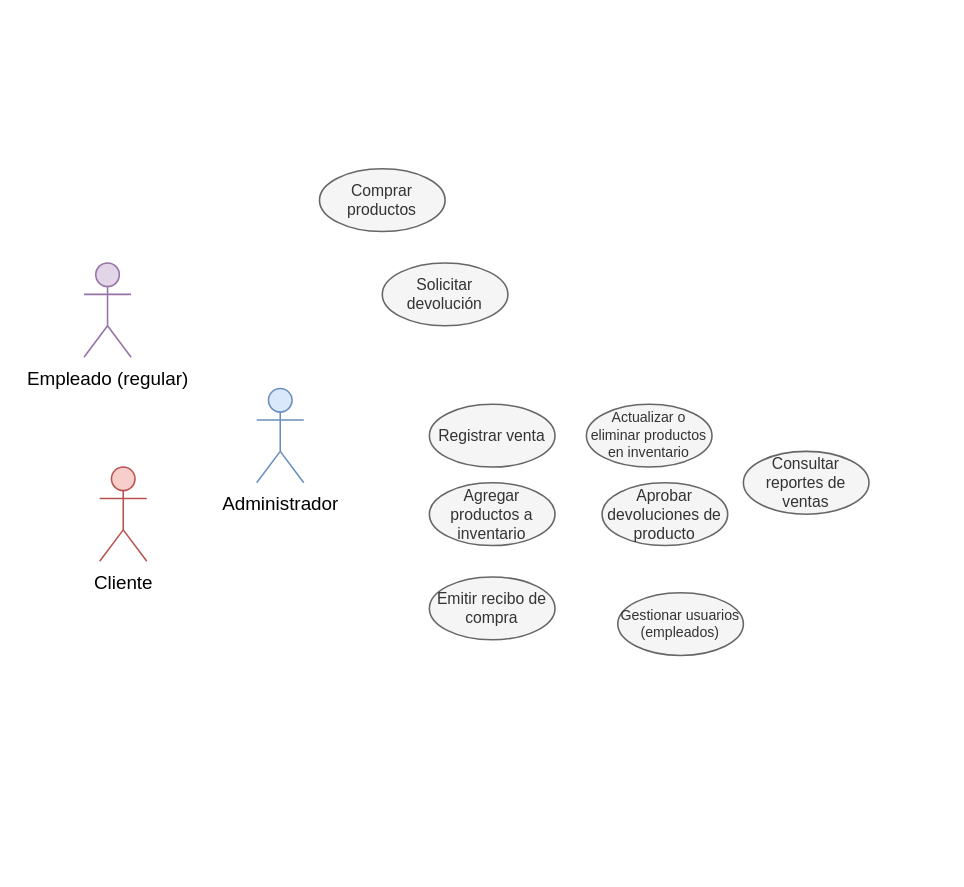
Before: Diagrama Casos de Uso Ing. Software.drawio in misiomishi/itcj, a draw.io diagram. Source tidied: cells renumbered, new cells numbered last; positions are measured from the earlier drawing's top-left corner, leaving out a move shared by most shapes. Both pictures are drawn from the tidied source at 157%, with x=0, y=0 at pixel (83, 168).
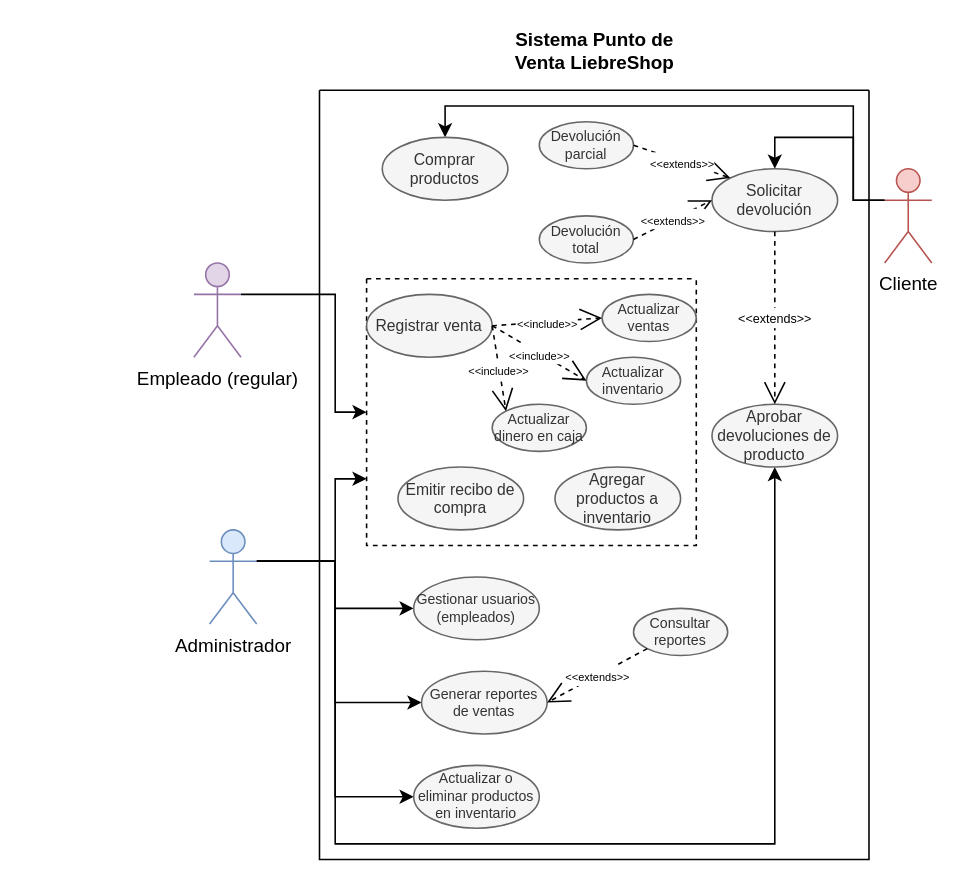
Above is the later version.

What changed in the source:
```diff
@@
+    <mxCell id="14" style="edgeStyle=orthogonalEdgeStyle;rounded=0;jettySize=auto;html=1;exitX=1;exitY=0.3333333333333333;exitDx=0;exitDy=0;exitPerimeter=0;entryX=0;entryY=0.5;entryDx=0;entryDy=0;" parent="1" edge="1" source="2" target="24">
+      <mxGeometry relative="1" as="geometry">
+        <Array as="points">
+          <mxPoint x="160" y="80" />
+          <mxPoint x="160" y="155" />
+        </Array>
+      </mxGeometry>
+    </mxCell>
     <mxCell id="2" value="Empleado (regular)" style="shape=umlActor;verticalLabelPosition=bottom;verticalAlign=top;html=1;outlineConnect=0;fillColor=#e1d5e7;strokeColor=#9673a6;" parent="1" vertex="1">
-      <mxGeometry y="60" width="30" height="60" as="geometry" />
+      <mxGeometry x="70" y="60" width="30" height="60" as="geometry" />
     </mxCell>
+    <mxCell id="15" style="edgeStyle=orthogonalEdgeStyle;rounded=0;jettySize=auto;html=1;exitX=0;exitY=0.3333333333333333;exitDx=0;exitDy=0;exitPerimeter=0;entryX=0.5;entryY=0;entryDx=0;entryDy=0;" parent="1" edge="1" source="3" target="6">
+      <mxGeometry relative="1" as="geometry">
+        <Array as="points">
+          <mxPoint x="490" y="20" />
+          <mxPoint x="490" y="-20" />
+          <mxPoint x="440" y="-20" />
+        </Array>
+      </mxGeometry>
+    </mxCell>
+    <mxCell id="16" style="edgeStyle=orthogonalEdgeStyle;rounded=0;jettySize=auto;html=1;exitX=0;exitY=0.3333333333333333;exitDx=0;exitDy=0;exitPerimeter=0;entryX=0.5;entryY=0;entryDx=0;entryDy=0;" parent="1" edge="1" source="3" target="5">
+      <mxGeometry relative="1" as="geometry">
+        <Array as="points">
+          <mxPoint x="490" y="20" />
+          <mxPoint x="490" y="-40" />
+          <mxPoint x="230" y="-40" />
+        </Array>
+      </mxGeometry>
+    </mxCell>
     <mxCell id="3" value="Cliente" style="shape=umlActor;verticalLabelPosition=bottom;verticalAlign=top;html=1;outlineConnect=0;fillColor=#f8cecc;strokeColor=#b85450;" parent="1" vertex="1">
-      <mxGeometry x="10" y="190" width="30" height="60" as="geometry" />
+      <mxGeometry x="510" width="30" height="60" as="geometry" />
     </mxCell>
+    <mxCell id="17" style="edgeStyle=orthogonalEdgeStyle;rounded=0;jettySize=auto;html=1;exitX=1;exitY=0.3333333333333333;exitDx=0;exitDy=0;exitPerimeter=0;entryX=0;entryY=0.5;entryDx=0;entryDy=0;" parent="1" edge="1" source="4" target="12">
+      <mxGeometry relative="1" as="geometry" />
+    </mxCell>
+    <mxCell id="18" style="edgeStyle=orthogonalEdgeStyle;rounded=0;jettySize=auto;html=1;exitX=1;exitY=0.3333333333333333;exitDx=0;exitDy=0;exitPerimeter=0;entryX=0;entryY=0.75;entryDx=0;entryDy=0;" parent="1" edge="1" source="4" target="24">
+      <mxGeometry relative="1" as="geometry">
+        <Array as="points">
+          <mxPoint x="160" y="250" />
+          <mxPoint x="160" y="197" />
+        </Array>
+      </mxGeometry>
+    </mxCell>
+    <mxCell id="19" style="edgeStyle=orthogonalEdgeStyle;rounded=0;jettySize=auto;html=1;exitX=1;exitY=0.3333333333333333;exitDx=0;exitDy=0;exitPerimeter=0;entryX=0;entryY=0.5;entryDx=0;entryDy=0;" parent="1" edge="1" source="4" target="35">
+      <mxGeometry relative="1" as="geometry">
+        <Array as="points">
+          <mxPoint x="160" y="250" />
+          <mxPoint x="160" y="340" />
+        </Array>
+      </mxGeometry>
+    </mxCell>
+    <mxCell id="20" style="edgeStyle=orthogonalEdgeStyle;rounded=0;jettySize=auto;html=1;exitX=1;exitY=0.3333333333333333;exitDx=0;exitDy=0;exitPerimeter=0;entryX=0;entryY=0.5;entryDx=0;entryDy=0;" parent="1" edge="1" source="4" target="10">
+      <mxGeometry relative="1" as="geometry" />
+    </mxCell>
+    <mxCell id="21" style="edgeStyle=orthogonalEdgeStyle;rounded=0;jettySize=auto;html=1;exitX=1;exitY=0.3333333333333333;exitDx=0;exitDy=0;exitPerimeter=0;entryX=0.5;entryY=1;entryDx=0;entryDy=0;" parent="1" edge="1" source="4" target="11">
+      <mxGeometry relative="1" as="geometry">
+        <Array as="points">
+          <mxPoint x="160" y="250" />
+          <mxPoint x="160" y="430" />
+          <mxPoint x="440" y="430" />
+        </Array>
+      </mxGeometry>
+    </mxCell>
     <mxCell id="4" value="Administrador" style="shape=umlActor;verticalLabelPosition=bottom;verticalAlign=top;html=1;outlineConnect=0;fillColor=#dae8fc;strokeColor=#6c8ebf;" parent="1" vertex="1">
-      <mxGeometry x="110" y="140" width="30" height="60" as="geometry" />
+      <mxGeometry x="80" y="230" width="30" height="60" as="geometry" />
     </mxCell>
+    <mxCell id="22" style="swimlane;startSize=0;" parent="1" vertex="1">
+      <mxGeometry x="150" y="-50" width="350" height="490" as="geometry" />
+    </mxCell>
-    <mxCell id="5" value="Comprar productos" style="ellipse;whiteSpace=wrap;html=1;fontSize=10;fillColor=#f5f5f5;fontColor=#333333;strokeColor=#666666;" parent="1" vertex="1">
-      <mxGeometry x="150" width="80" height="40" as="geometry" />
+    <mxCell id="5" value="Comprar productos" style="ellipse;whiteSpace=wrap;html=1;fontSize=10;fillColor=#f5f5f5;fontColor=#333333;strokeColor=#666666;" parent="22" vertex="1">
+      <mxGeometry x="40" y="30" width="80" height="40" as="geometry" />
     </mxCell>
-    <mxCell id="6" value="Solicitar devolución" style="ellipse;whiteSpace=wrap;html=1;fontSize=10;fillColor=#f5f5f5;fontColor=#333333;strokeColor=#666666;" parent="1" vertex="1">
-      <mxGeometry x="190" y="60" width="80" height="40" as="geometry" />
+    <mxCell id="6" value="Solicitar devolución" style="ellipse;whiteSpace=wrap;html=1;fontSize=10;fillColor=#f5f5f5;fontColor=#333333;strokeColor=#666666;" parent="22" vertex="1">
+      <mxGeometry x="250" y="50" width="80" height="40" as="geometry" />
     </mxCell>
-    <mxCell id="7" value="Registrar venta" style="ellipse;whiteSpace=wrap;html=1;fontSize=10;fillColor=#f5f5f5;fontColor=#333333;strokeColor=#666666;" parent="1" vertex="1">
-      <mxGeometry x="220" y="150" width="80" height="40" as="geometry" />
-    </mxCell>
-    <mxCell id="8" value="Agregar productos a inventario" style="ellipse;whiteSpace=wrap;html=1;fontSize=10;fillColor=#f5f5f5;fontColor=#333333;strokeColor=#666666;" parent="1" vertex="1">
-      <mxGeometry x="220" y="200" width="80" height="40" as="geometry" />
-    </mxCell>
-    <mxCell id="9" value="Emitir recibo de compra" style="ellipse;whiteSpace=wrap;html=1;fontSize=10;fillColor=#f5f5f5;fontColor=#333333;strokeColor=#666666;" parent="1" vertex="1">
-      <mxGeometry x="220" y="260" width="80" height="40" as="geometry" />
-    </mxCell>
+    <mxCell id="13" value="Devolución total" style="ellipse;whiteSpace=wrap;html=1;fontSize=9;fillColor=#f5f5f5;fontColor=#333333;strokeColor=#666666;" parent="22" vertex="1">
+      <mxGeometry x="140" y="80" width="60" height="30" as="geometry" />
+    </mxCell>
-    <mxCell id="10" value="Actualizar o eliminar productos en inventario" style="ellipse;whiteSpace=wrap;html=1;fontSize=9;fillColor=#f5f5f5;fontColor=#333333;strokeColor=#666666;" parent="1" vertex="1">
-      <mxGeometry x="320" y="150" width="80" height="40" as="geometry" />
+    <mxCell id="10" value="Actualizar o eliminar productos en inventario" style="ellipse;whiteSpace=wrap;html=1;fontSize=9;fillColor=#f5f5f5;fontColor=#333333;strokeColor=#666666;" parent="22" vertex="1">
+      <mxGeometry x="60" y="430" width="80" height="40" as="geometry" />
     </mxCell>
-    <mxCell id="11" value="Aprobar devoluciones de producto" style="ellipse;whiteSpace=wrap;html=1;fontSize=10;fillColor=#f5f5f5;fontColor=#333333;strokeColor=#666666;" parent="1" vertex="1">
-      <mxGeometry x="330" y="200" width="80" height="40" as="geometry" />
+    <mxCell id="11" value="Aprobar devoluciones de producto" style="ellipse;whiteSpace=wrap;html=1;fontSize=10;fillColor=#f5f5f5;fontColor=#333333;strokeColor=#666666;" parent="22" vertex="1">
+      <mxGeometry x="250" y="200" width="80" height="40" as="geometry" />
     </mxCell>
-    <mxCell id="12" value="Gestionar usuarios (empleados)" style="ellipse;whiteSpace=wrap;html=1;fontSize=9;fillColor=#f5f5f5;fontColor=#333333;strokeColor=#666666;" parent="1" vertex="1">
-      <mxGeometry x="340" y="270" width="80" height="40" as="geometry" />
+    <mxCell id="12" value="Gestionar usuarios (empleados)" style="ellipse;whiteSpace=wrap;html=1;fontSize=9;fillColor=#f5f5f5;fontColor=#333333;strokeColor=#666666;" parent="22" vertex="1">
+      <mxGeometry x="60" y="310" width="80" height="40" as="geometry" />
     </mxCell>
-    <mxCell id="13" value="Consultar reportes de ventas" style="ellipse;whiteSpace=wrap;html=1;fontSize=10;fillColor=#f5f5f5;fontColor=#333333;strokeColor=#666666;" parent="1" vertex="1">
-      <mxGeometry x="420" y="180" width="80" height="40" as="geometry" />
-    </mxCell>
+    <mxCell id="23" value="&lt;font style=&quot;font-size: 8px;&quot;&gt;&amp;lt;&amp;lt;extends&amp;gt;&amp;gt;&lt;/font&gt;" style="endArrow=open;endSize=12;dashed=1;html=1;rounded=0;exitX=0.5;exitY=1;exitDx=0;exitDy=0;entryX=0.5;entryY=0;entryDx=0;entryDy=0;" parent="22" edge="1" source="6" target="11">
+      <mxGeometry relative="1" as="geometry" />
+    </mxCell>
+    <mxCell id="24" style="swimlane;startSize=0;dashed=1;" parent="22" vertex="1">
+      <mxGeometry x="30" y="120" width="210" height="170" as="geometry" />
+    </mxCell>
+    <mxCell id="9" value="Emitir recibo de compra" style="ellipse;whiteSpace=wrap;html=1;fontSize=10;fillColor=#f5f5f5;fontColor=#333333;strokeColor=#666666;" parent="24" vertex="1">
+      <mxGeometry x="20" y="120" width="80" height="40" as="geometry" />
+    </mxCell>
+    <mxCell id="8" value="Agregar productos a inventario" style="ellipse;whiteSpace=wrap;html=1;fontSize=10;fillColor=#f5f5f5;fontColor=#333333;strokeColor=#666666;" parent="24" vertex="1">
+      <mxGeometry x="120" y="120" width="80" height="40" as="geometry" />
+    </mxCell>
+    <mxCell id="7" value="Registrar venta" style="ellipse;whiteSpace=wrap;html=1;fontSize=10;fillColor=#f5f5f5;fontColor=#333333;strokeColor=#666666;" parent="24" vertex="1">
+      <mxGeometry y="10" width="80" height="40" as="geometry" />
+    </mxCell>
+    <mxCell id="25" value="Actualizar ventas" style="ellipse;whiteSpace=wrap;html=1;fontSize=9;fillColor=#f5f5f5;fontColor=#333333;strokeColor=#666666;" parent="24" vertex="1">
+      <mxGeometry x="150" y="10" width="60" height="30" as="geometry" />
+    </mxCell>
+    <mxCell id="26" value="Actualizar inventario" style="ellipse;whiteSpace=wrap;html=1;fontSize=9;fillColor=#f5f5f5;fontColor=#333333;strokeColor=#666666;" parent="24" vertex="1">
+      <mxGeometry x="140" y="50" width="60" height="30" as="geometry" />
+    </mxCell>
+    <mxCell id="27" value="Actualizar dinero en caja" style="ellipse;whiteSpace=wrap;html=1;fontSize=9;fillColor=#f5f5f5;fontColor=#333333;strokeColor=#666666;" parent="24" vertex="1">
+      <mxGeometry x="80" y="80" width="60" height="30" as="geometry" />
+    </mxCell>
+    <mxCell id="28" value="&lt;font style=&quot;font-size: 7px;&quot;&gt;&amp;lt;&amp;lt;include&amp;gt;&amp;gt;&lt;/font&gt;" style="endArrow=open;endSize=12;dashed=1;html=1;rounded=0;exitX=1;exitY=0.5;exitDx=0;exitDy=0;entryX=0;entryY=0.5;entryDx=0;entryDy=0;" parent="24" edge="1" source="7" target="25">
+      <mxGeometry relative="1" as="geometry" />
+    </mxCell>
+    <mxCell id="29" value="&lt;font style=&quot;font-size: 7px;&quot;&gt;&amp;lt;&amp;lt;include&amp;gt;&amp;gt;&lt;/font&gt;" style="endArrow=open;endSize=12;dashed=1;html=1;rounded=0;exitX=1;exitY=0.5;exitDx=0;exitDy=0;entryX=0;entryY=0.5;entryDx=0;entryDy=0;" parent="24" edge="1" source="7" target="26">
+      <mxGeometry relative="1" as="geometry" />
+    </mxCell>
+    <mxCell id="30" value="&lt;font style=&quot;font-size: 7px;&quot;&gt;&amp;lt;&amp;lt;include&amp;gt;&amp;gt;&lt;/font&gt;" style="endArrow=open;endSize=12;dashed=1;html=1;rounded=0;exitX=1;exitY=0.5;exitDx=0;exitDy=0;entryX=0;entryY=0;entryDx=0;entryDy=0;" parent="24" edge="1" source="7" target="27">
+      <mxGeometry relative="1" as="geometry" />
+    </mxCell>
+    <mxCell id="31" value="Devolución parcial" style="ellipse;whiteSpace=wrap;html=1;fontSize=9;fillColor=#f5f5f5;fontColor=#333333;strokeColor=#666666;" parent="22" vertex="1">
+      <mxGeometry x="140" y="20" width="60" height="30" as="geometry" />
+    </mxCell>
+    <mxCell id="32" value="&lt;font style=&quot;font-size: 7px;&quot;&gt;&amp;lt;&amp;lt;extends&amp;gt;&amp;gt;&lt;/font&gt;" style="endArrow=open;endSize=12;dashed=1;html=1;rounded=0;exitX=1;exitY=0.5;exitDx=0;exitDy=0;entryX=0;entryY=0;entryDx=0;entryDy=0;" parent="22" edge="1" source="31" target="6">
+      <mxGeometry relative="1" as="geometry" />
+    </mxCell>
+    <mxCell id="33" value="&lt;font style=&quot;font-size: 7px;&quot;&gt;&amp;lt;&amp;lt;extends&amp;gt;&amp;gt;&lt;/font&gt;" style="endArrow=open;endSize=12;dashed=1;html=1;rounded=0;exitX=1;exitY=0.5;exitDx=0;exitDy=0;entryX=0;entryY=0.5;entryDx=0;entryDy=0;" parent="22" edge="1" source="13" target="6">
+      <mxGeometry relative="1" as="geometry" />
+    </mxCell>
+    <mxCell id="34" value="Consultar reportes" style="ellipse;whiteSpace=wrap;html=1;fontSize=9;fillColor=#f5f5f5;fontColor=#333333;strokeColor=#666666;" parent="22" vertex="1">
+      <mxGeometry x="200" y="330" width="60" height="30" as="geometry" />
+    </mxCell>
+    <mxCell id="35" value="Generar reportes de ventas" style="ellipse;whiteSpace=wrap;html=1;fontSize=9;fillColor=#f5f5f5;fontColor=#333333;strokeColor=#666666;" parent="22" vertex="1">
+      <mxGeometry x="65" y="370" width="80" height="40" as="geometry" />
+    </mxCell>
+    <mxCell id="36" value="&lt;font style=&quot;font-size: 7px;&quot;&gt;&amp;lt;&amp;lt;extends&amp;gt;&amp;gt;&lt;/font&gt;" style="endArrow=open;endSize=12;dashed=1;html=1;rounded=0;exitX=0;exitY=1;exitDx=0;exitDy=0;entryX=1;entryY=0.5;entryDx=0;entryDy=0;" parent="22" edge="1" source="34" target="35">
+      <mxGeometry relative="1" as="geometry" />
+    </mxCell>
+    <mxCell id="37" value="Sistema Punto de Venta LiebreShop" style="text;html=1;align=center;verticalAlign=middle;whiteSpace=wrap;rounded=0;fontStyle=1;" parent="1" vertex="1">
+      <mxGeometry x="257.5" y="-90" width="135" height="30" as="geometry" />
+    </mxCell>
```
